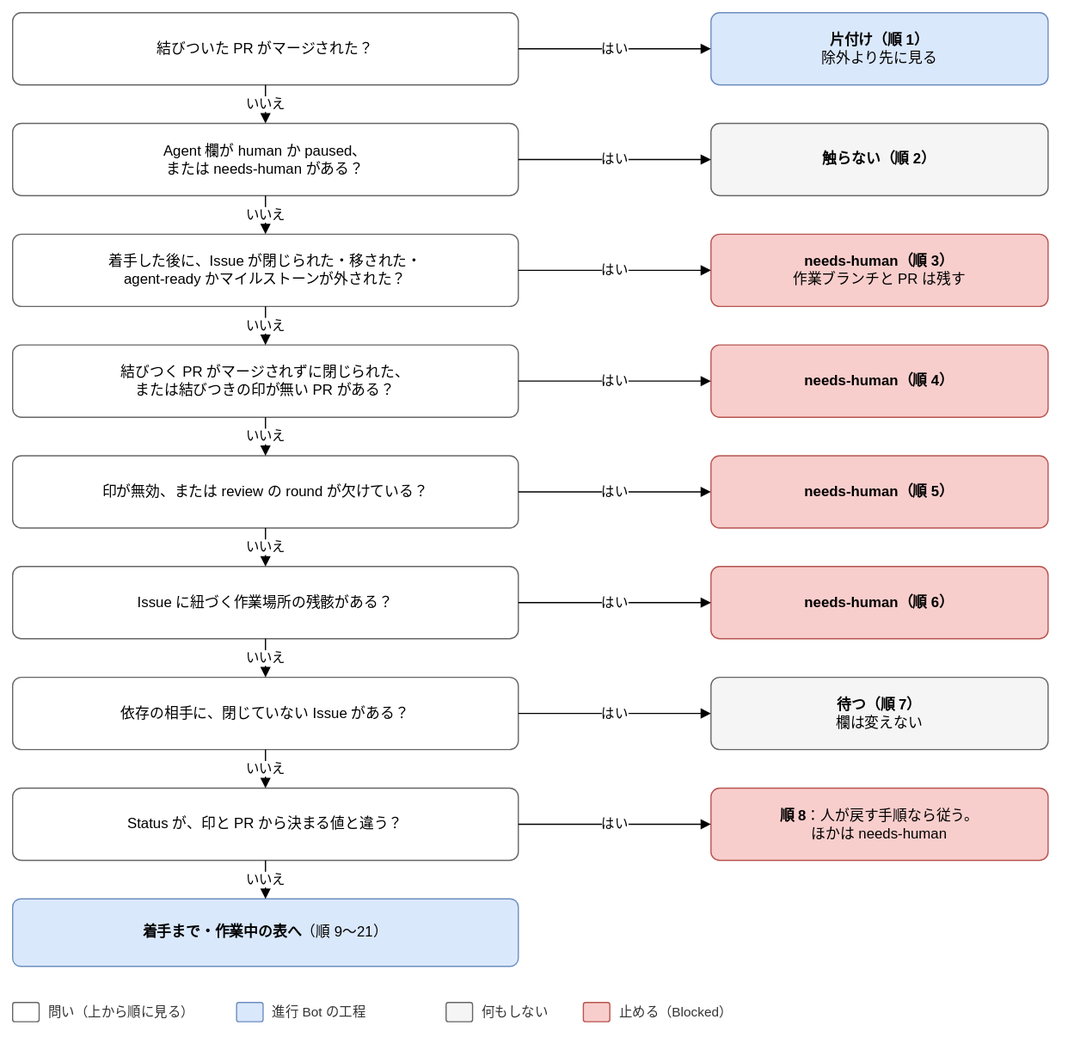
Earlier version of the draw.io export docs/design/basic/diagrams/02-next-step-stops.drawio.svg (Joymerrevent/dev-autopilot). Source tidied: cells renumbered, new cells last; positions are measured from the earlier drawing's top-left corner, leaving out a move shared by most shapes.
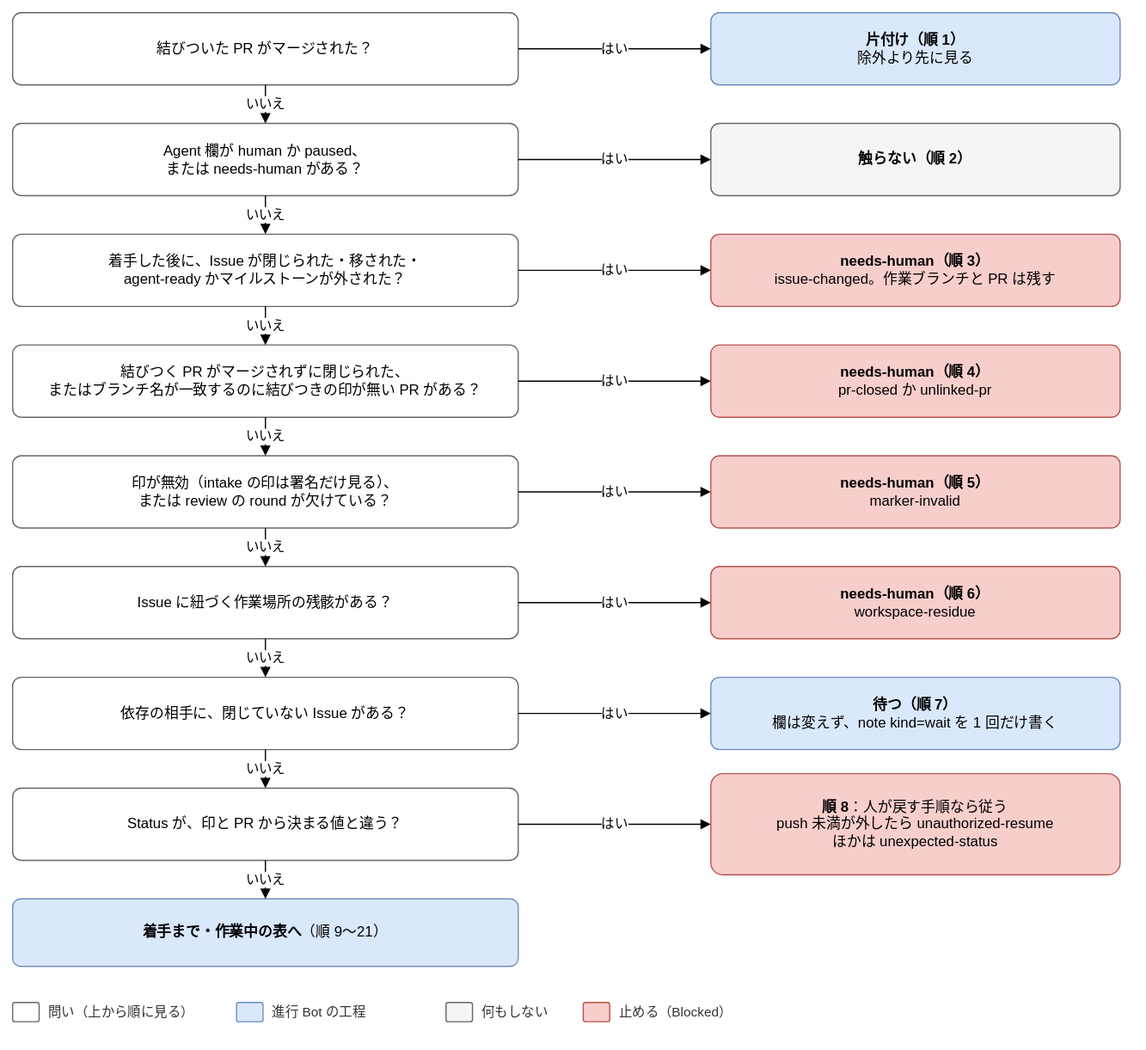
After the change.

Diff of the diagram source:
```diff
@@ -6,7 +6,7 @@
       <mxGeometry width="420" height="60" as="geometry" />
     </mxCell>
     <mxCell id="3" value="&lt;b&gt;片付け（順 1）&lt;/b&gt;&lt;br&gt;除外より先に見る" style="rounded=1;whiteSpace=wrap;html=1;fontSize=12;arcSize=12;spacing=12;fillColor=#dae8fc;strokeColor=#6c8ebf;" parent="1" vertex="1">
-      <mxGeometry x="580" width="280" height="60" as="geometry" />
+      <mxGeometry x="580" width="340" height="60" as="geometry" />
     </mxCell>
     <mxCell id="4" value="はい" style="edgeStyle=orthogonalEdgeStyle;rounded=1;html=1;endArrow=block;endFill=1;fontSize=11;labelBackgroundColor=#ffffff;exitX=1;exitY=0.5;exitDx=0;exitDy=0;entryX=0;entryY=0.5;entryDx=0;entryDy=0;" parent="1" edge="1" source="2" target="3">
       <mxGeometry relative="1" as="geometry" />
@@ -15,7 +15,7 @@
       <mxGeometry y="92" width="420" height="60" as="geometry" />
     </mxCell>
     <mxCell id="6" value="&lt;b&gt;触らない（順 2）&lt;/b&gt;" style="rounded=1;whiteSpace=wrap;html=1;fontSize=12;arcSize=12;spacing=12;fillColor=#f5f5f5;strokeColor=#666666;" parent="1" vertex="1">
-      <mxGeometry x="580" y="92" width="280" height="60" as="geometry" />
+      <mxGeometry x="580" y="92" width="340" height="60" as="geometry" />
     </mxCell>
     <mxCell id="7" value="はい" style="edgeStyle=orthogonalEdgeStyle;rounded=1;html=1;endArrow=block;endFill=1;fontSize=11;labelBackgroundColor=#ffffff;exitX=1;exitY=0.5;exitDx=0;exitDy=0;entryX=0;entryY=0.5;entryDx=0;entryDy=0;" parent="1" edge="1" source="5" target="6">
       <mxGeometry relative="1" as="geometry" />
@@ -26,8 +26,8 @@
     <mxCell id="9" value="着手した後に、Issue が閉じられた・移された・&lt;br&gt;agent-ready かマイルストーンが外された？" style="rounded=1;whiteSpace=wrap;html=1;fontSize=12;arcSize=12;spacing=12;fillColor=#ffffff;strokeColor=#666666;" parent="1" vertex="1">
       <mxGeometry y="184" width="420" height="60" as="geometry" />
     </mxCell>
-    <mxCell id="10" value="&lt;b&gt;needs-human（順 3）&lt;/b&gt;&lt;br&gt;作業ブランチと PR は残す" style="rounded=1;whiteSpace=wrap;html=1;fontSize=12;arcSize=12;spacing=12;fillColor=#f8cecc;strokeColor=#b85450;" parent="1" vertex="1">
-      <mxGeometry x="580" y="184" width="280" height="60" as="geometry" />
+    <mxCell id="10" value="&lt;b&gt;needs-human（順 3）&lt;/b&gt;&lt;br&gt;issue-changed。作業ブランチと PR は残す" style="rounded=1;whiteSpace=wrap;html=1;fontSize=12;arcSize=12;spacing=12;fillColor=#f8cecc;strokeColor=#b85450;" parent="1" vertex="1">
+      <mxGeometry x="580" y="184" width="340" height="60" as="geometry" />
     </mxCell>
     <mxCell id="11" value="はい" style="edgeStyle=orthogonalEdgeStyle;rounded=1;html=1;endArrow=block;endFill=1;fontSize=11;labelBackgroundColor=#ffffff;exitX=1;exitY=0.5;exitDx=0;exitDy=0;entryX=0;entryY=0.5;entryDx=0;entryDy=0;" parent="1" edge="1" source="9" target="10">
       <mxGeometry relative="1" as="geometry" />
@@ -35,11 +35,11 @@
     <mxCell id="12" value="いいえ" style="edgeStyle=orthogonalEdgeStyle;rounded=1;html=1;endArrow=block;endFill=1;fontSize=11;labelBackgroundColor=#ffffff;exitX=0.5;exitY=1;exitDx=0;exitDy=0;entryX=0.5;entryY=0;entryDx=0;entryDy=0;" parent="1" edge="1" source="5" target="9">
       <mxGeometry relative="1" as="geometry" />
     </mxCell>
-    <mxCell id="13" value="結びつく PR がマージされずに閉じられた、&lt;br&gt;または結びつきの印が無い PR がある？" style="rounded=1;whiteSpace=wrap;html=1;fontSize=12;arcSize=12;spacing=12;fillColor=#ffffff;strokeColor=#666666;" parent="1" vertex="1">
+    <mxCell id="13" value="結びつく PR がマージされずに閉じられた、&lt;br&gt;またはブランチ名が一致するのに結びつきの印が無い PR がある？" style="rounded=1;whiteSpace=wrap;html=1;fontSize=12;arcSize=12;spacing=12;fillColor=#ffffff;strokeColor=#666666;" parent="1" vertex="1">
       <mxGeometry y="276" width="420" height="60" as="geometry" />
     </mxCell>
-    <mxCell id="14" value="&lt;b&gt;needs-human（順 4）&lt;/b&gt;" style="rounded=1;whiteSpace=wrap;html=1;fontSize=12;arcSize=12;spacing=12;fillColor=#f8cecc;strokeColor=#b85450;" parent="1" vertex="1">
-      <mxGeometry x="580" y="276" width="280" height="60" as="geometry" />
+    <mxCell id="14" value="&lt;b&gt;needs-human（順 4）&lt;/b&gt;&lt;br&gt;pr-closed か unlinked-pr" style="rounded=1;whiteSpace=wrap;html=1;fontSize=12;arcSize=12;spacing=12;fillColor=#f8cecc;strokeColor=#b85450;" parent="1" vertex="1">
+      <mxGeometry x="580" y="276" width="340" height="60" as="geometry" />
     </mxCell>
     <mxCell id="15" value="はい" style="edgeStyle=orthogonalEdgeStyle;rounded=1;html=1;endArrow=block;endFill=1;fontSize=11;labelBackgroundColor=#ffffff;exitX=1;exitY=0.5;exitDx=0;exitDy=0;entryX=0;entryY=0.5;entryDx=0;entryDy=0;" parent="1" edge="1" source="13" target="14">
       <mxGeometry relative="1" as="geometry" />
@@ -47,11 +47,11 @@
     <mxCell id="16" value="いいえ" style="edgeStyle=orthogonalEdgeStyle;rounded=1;html=1;endArrow=block;endFill=1;fontSize=11;labelBackgroundColor=#ffffff;exitX=0.5;exitY=1;exitDx=0;exitDy=0;entryX=0.5;entryY=0;entryDx=0;entryDy=0;" parent="1" edge="1" source="9" target="13">
       <mxGeometry relative="1" as="geometry" />
     </mxCell>
-    <mxCell id="17" value="印が無効、または review の round が欠けている？" style="rounded=1;whiteSpace=wrap;html=1;fontSize=12;arcSize=12;spacing=12;fillColor=#ffffff;strokeColor=#666666;" parent="1" vertex="1">
+    <mxCell id="17" value="印が無効（intake の印は署名だけ見る）、&lt;br&gt;または review の round が欠けている？" style="rounded=1;whiteSpace=wrap;html=1;fontSize=12;arcSize=12;spacing=12;fillColor=#ffffff;strokeColor=#666666;" parent="1" vertex="1">
       <mxGeometry y="368" width="420" height="60" as="geometry" />
     </mxCell>
-    <mxCell id="18" value="&lt;b&gt;needs-human（順 5）&lt;/b&gt;" style="rounded=1;whiteSpace=wrap;html=1;fontSize=12;arcSize=12;spacing=12;fillColor=#f8cecc;strokeColor=#b85450;" parent="1" vertex="1">
-      <mxGeometry x="580" y="368" width="280" height="60" as="geometry" />
+    <mxCell id="18" value="&lt;b&gt;needs-human（順 5）&lt;/b&gt;&lt;br&gt;marker-invalid" style="rounded=1;whiteSpace=wrap;html=1;fontSize=12;arcSize=12;spacing=12;fillColor=#f8cecc;strokeColor=#b85450;" parent="1" vertex="1">
+      <mxGeometry x="580" y="368" width="340" height="60" as="geometry" />
     </mxCell>
     <mxCell id="19" value="はい" style="edgeStyle=orthogonalEdgeStyle;rounded=1;html=1;endArrow=block;endFill=1;fontSize=11;labelBackgroundColor=#ffffff;exitX=1;exitY=0.5;exitDx=0;exitDy=0;entryX=0;entryY=0.5;entryDx=0;entryDy=0;" parent="1" edge="1" source="17" target="18">
       <mxGeometry relative="1" as="geometry" />
@@ -62,8 +62,8 @@
     <mxCell id="21" value="Issue に紐づく作業場所の残骸がある？" style="rounded=1;whiteSpace=wrap;html=1;fontSize=12;arcSize=12;spacing=12;fillColor=#ffffff;strokeColor=#666666;" parent="1" vertex="1">
       <mxGeometry y="460" width="420" height="60" as="geometry" />
     </mxCell>
-    <mxCell id="22" value="&lt;b&gt;needs-human（順 6）&lt;/b&gt;" style="rounded=1;whiteSpace=wrap;html=1;fontSize=12;arcSize=12;spacing=12;fillColor=#f8cecc;strokeColor=#b85450;" parent="1" vertex="1">
-      <mxGeometry x="580" y="460" width="280" height="60" as="geometry" />
+    <mxCell id="22" value="&lt;b&gt;needs-human（順 6）&lt;/b&gt;&lt;br&gt;workspace-residue" style="rounded=1;whiteSpace=wrap;html=1;fontSize=12;arcSize=12;spacing=12;fillColor=#f8cecc;strokeColor=#b85450;" parent="1" vertex="1">
+      <mxGeometry x="580" y="460" width="340" height="60" as="geometry" />
     </mxCell>
     <mxCell id="23" value="はい" style="edgeStyle=orthogonalEdgeStyle;rounded=1;html=1;endArrow=block;endFill=1;fontSize=11;labelBackgroundColor=#ffffff;exitX=1;exitY=0.5;exitDx=0;exitDy=0;entryX=0;entryY=0.5;entryDx=0;entryDy=0;" parent="1" edge="1" source="21" target="22">
       <mxGeometry relative="1" as="geometry" />
@@ -74,8 +74,8 @@
     <mxCell id="25" value="依存の相手に、閉じていない Issue がある？" style="rounded=1;whiteSpace=wrap;html=1;fontSize=12;arcSize=12;spacing=12;fillColor=#ffffff;strokeColor=#666666;" parent="1" vertex="1">
       <mxGeometry y="552" width="420" height="60" as="geometry" />
     </mxCell>
-    <mxCell id="26" value="&lt;b&gt;待つ（順 7）&lt;/b&gt;&lt;br&gt;欄は変えない" style="rounded=1;whiteSpace=wrap;html=1;fontSize=12;arcSize=12;spacing=12;fillColor=#f5f5f5;strokeColor=#666666;" parent="1" vertex="1">
-      <mxGeometry x="580" y="552" width="280" height="60" as="geometry" />
+    <mxCell id="26" value="&lt;b&gt;待つ（順 7）&lt;/b&gt;&lt;br&gt;欄は変えず、note kind=wait を 1 回だけ書く" style="rounded=1;whiteSpace=wrap;html=1;fontSize=12;arcSize=12;spacing=12;fillColor=#dae8fc;strokeColor=#6c8ebf;" parent="1" vertex="1">
+      <mxGeometry x="580" y="552" width="340" height="60" as="geometry" />
     </mxCell>
     <mxCell id="27" value="はい" style="edgeStyle=orthogonalEdgeStyle;rounded=1;html=1;endArrow=block;endFill=1;fontSize=11;labelBackgroundColor=#ffffff;exitX=1;exitY=0.5;exitDx=0;exitDy=0;entryX=0;entryY=0.5;entryDx=0;entryDy=0;" parent="1" edge="1" source="25" target="26">
       <mxGeometry relative="1" as="geometry" />
@@ -86,8 +86,8 @@
     <mxCell id="29" value="Status が、印と PR から決まる値と違う？" style="rounded=1;whiteSpace=wrap;html=1;fontSize=12;arcSize=12;spacing=12;fillColor=#ffffff;strokeColor=#666666;" parent="1" vertex="1">
       <mxGeometry y="644" width="420" height="60" as="geometry" />
     </mxCell>
-    <mxCell id="30" value="&lt;b&gt;順 8&lt;/b&gt;：人が戻す手順なら従う。&lt;br&gt;ほかは needs-human" style="rounded=1;whiteSpace=wrap;html=1;fontSize=12;arcSize=12;spacing=12;fillColor=#f8cecc;strokeColor=#b85450;" parent="1" vertex="1">
-      <mxGeometry x="580" y="644" width="280" height="60" as="geometry" />
+    <mxCell id="30" value="&lt;b&gt;順 8&lt;/b&gt;：人が戻す手順なら従う&lt;br&gt;push 未満が外したら unauthorized-resume&lt;br&gt;ほかは unexpected-status" style="rounded=1;whiteSpace=wrap;html=1;fontSize=12;arcSize=12;spacing=12;fillColor=#f8cecc;strokeColor=#b85450;" parent="1" vertex="1">
+      <mxGeometry x="580" y="632" width="340" height="84" as="geometry" />
     </mxCell>
     <mxCell id="31" value="はい" style="edgeStyle=orthogonalEdgeStyle;rounded=1;html=1;endArrow=block;endFill=1;fontSize=11;labelBackgroundColor=#ffffff;exitX=1;exitY=0.5;exitDx=0;exitDy=0;entryX=0;entryY=0.5;entryDx=0;entryDy=0;" parent="1" edge="1" source="29" target="30">
       <mxGeometry relative="1" as="geometry" />
```
